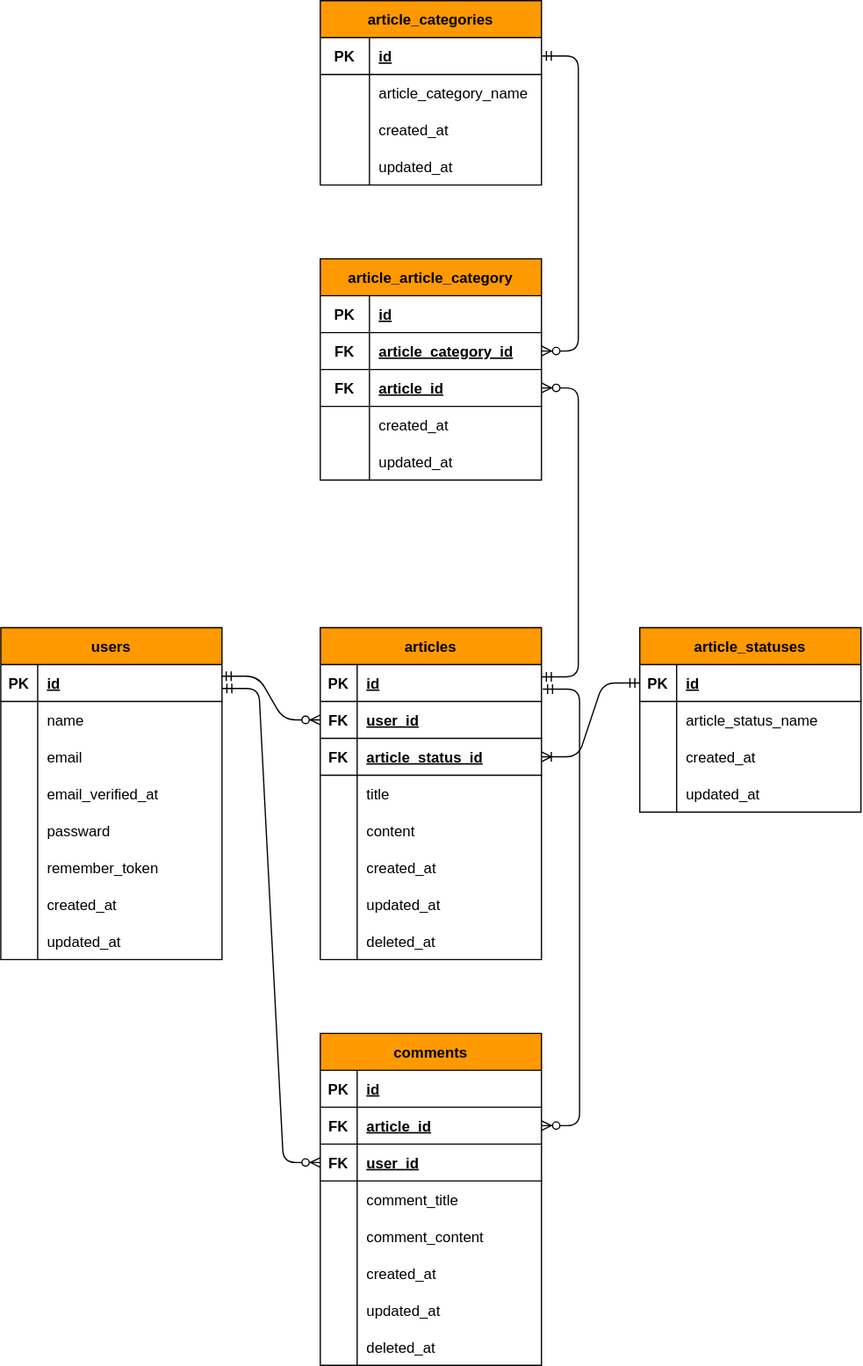
This is docs/erd.svg from ryosuke1256/CommunityServiceTemplateDDD-Laravel, a draw.io export, as it was before one commit. Source tidied: cells renumbered, new cells last; positions are measured from the earlier drawing's top-left corner, leaving out a move shared by most shapes.
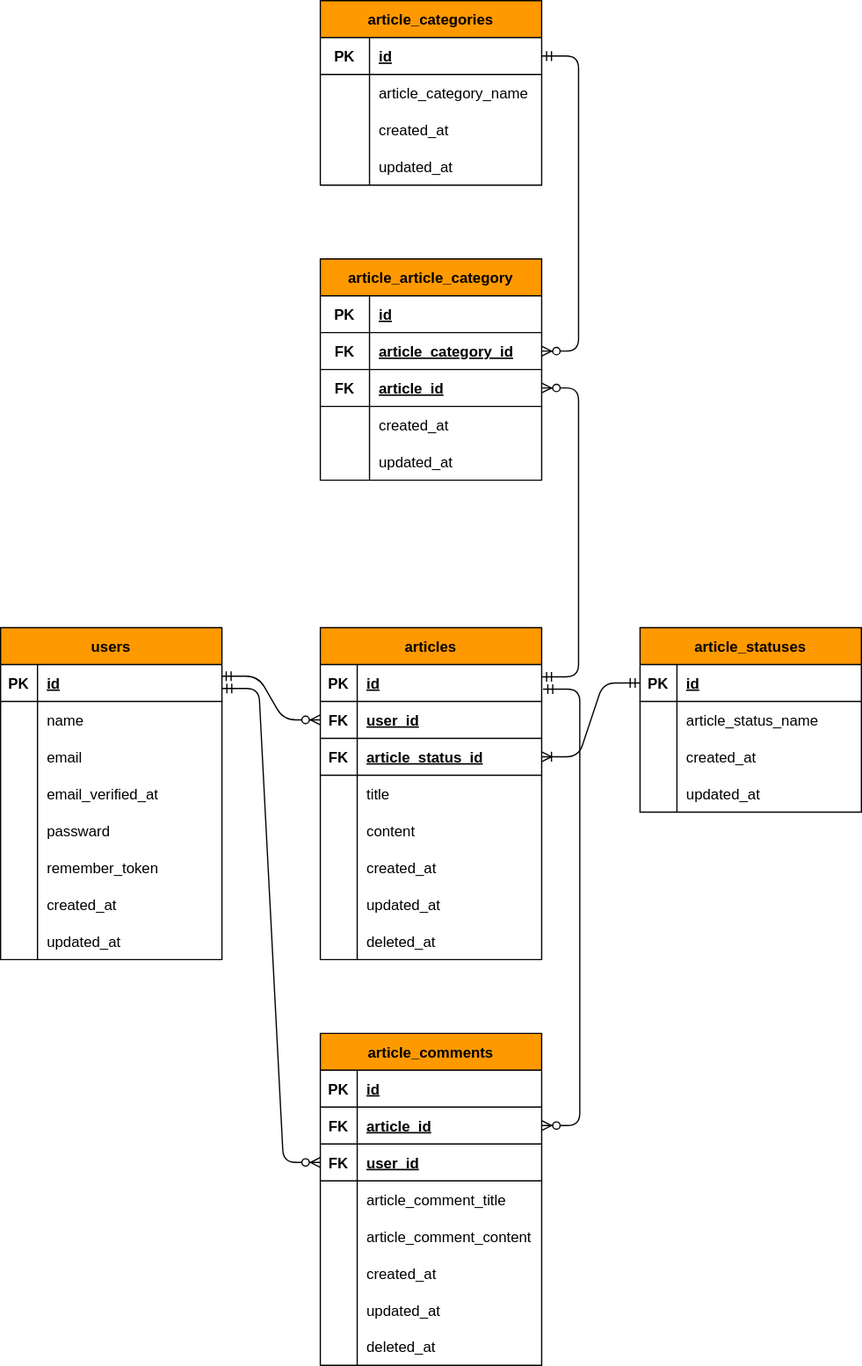
Above is the later version.

What changed in the source:
```diff
@@ -194,7 +194,7 @@
     <mxCell id="65" value="updated_at" style="shape=partialRectangle;fillColor=none;top=0;left=0;bottom=0;right=0;align=left;spacingLeft=6;overflow=hidden;" parent="63" vertex="1">
       <mxGeometry x="30" width="150" height="30" as="geometry" />
     </mxCell>
-    <mxCell id="66" value="comments" style="shape=table;startSize=30;rowLines=0;fontStyle=1;align=center;fillColor=#FF9900;fontColor=#000000;" parent="1" vertex="1">
+    <mxCell id="66" value="article_comments" style="shape=table;startSize=30;rowLines=0;fontStyle=1;align=center;fillColor=#FF9900;fontColor=#000000;" parent="1" vertex="1">
       <mxGeometry x="260" y="840" width="180" height="270" as="geometry" />
     </mxCell>
     <mxCell id="67" style="shape=partialRectangle;fillColor=none;top=0;left=0;bottom=1;right=0;" parent="66" vertex="1">
@@ -230,7 +230,7 @@
     <mxCell id="77" style="shape=partialRectangle;fillColor=none;top=0;left=0;bottom=0;right=0;overflow=hidden;" parent="76" vertex="1">
       <mxGeometry width="30" height="30" as="geometry" />
     </mxCell>
-    <mxCell id="78" value="comment_title" style="shape=partialRectangle;fillColor=none;top=0;left=0;bottom=0;right=0;align=left;spacingLeft=6;overflow=hidden;" parent="76" vertex="1">
+    <mxCell id="78" value="article_comment_title" style="shape=partialRectangle;fillColor=none;top=0;left=0;bottom=0;right=0;align=left;spacingLeft=6;overflow=hidden;" parent="76" vertex="1">
       <mxGeometry x="30" width="150" height="30" as="geometry" />
     </mxCell>
     <mxCell id="79" style="shape=partialRectangle;fillColor=none;top=0;left=0;bottom=0;right=0;" parent="66" vertex="1">
@@ -239,7 +239,7 @@
     <mxCell id="80" style="shape=partialRectangle;fillColor=none;top=0;left=0;bottom=0;right=0;overflow=hidden;" parent="79" vertex="1">
       <mxGeometry width="30" height="30" as="geometry" />
     </mxCell>
-    <mxCell id="81" value="comment_content" style="shape=partialRectangle;fillColor=none;top=0;left=0;bottom=0;right=0;align=left;spacingLeft=6;overflow=hidden;" parent="79" vertex="1">
+    <mxCell id="81" value="article_comment_content" style="shape=partialRectangle;fillColor=none;top=0;left=0;bottom=0;right=0;align=left;spacingLeft=6;overflow=hidden;" parent="79" vertex="1">
       <mxGeometry x="30" width="150" height="30" as="geometry" />
     </mxCell>
     <mxCell id="82" style="shape=partialRectangle;fillColor=none;top=0;left=0;bottom=0;right=0;" parent="66" vertex="1">
```
